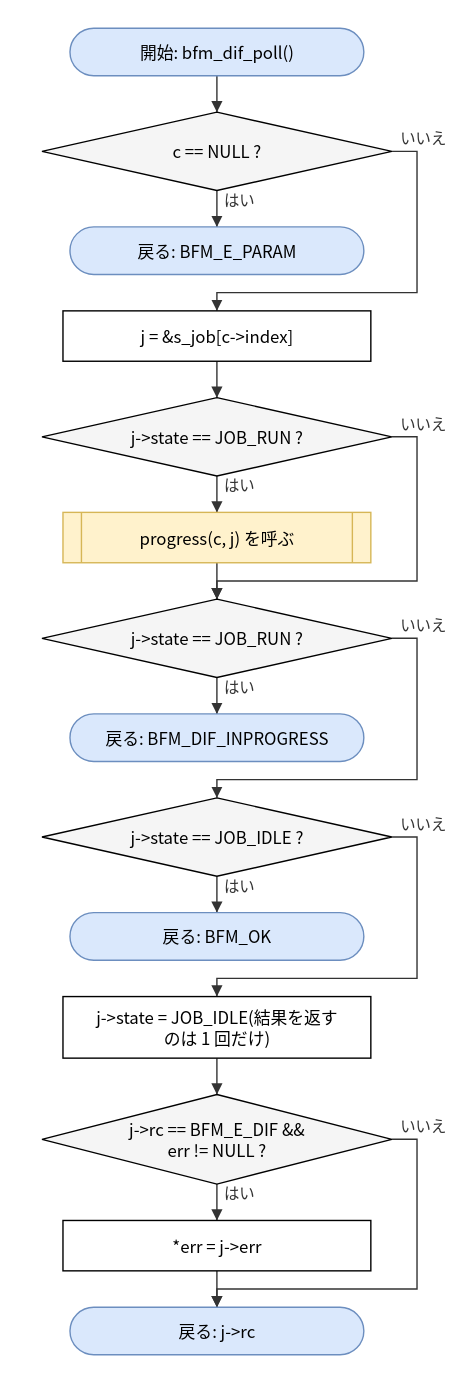
Above: doc/spec/images/flow_src_bfm_dif-bfm_dif_poll.drawio.svg in hf355051012-ai/bfmem (draw.io), before the change. Source tidied: cells renumbered, new cells last; positions are measured from the earlier drawing's top-left corner, leaving out a move shared by most shapes.
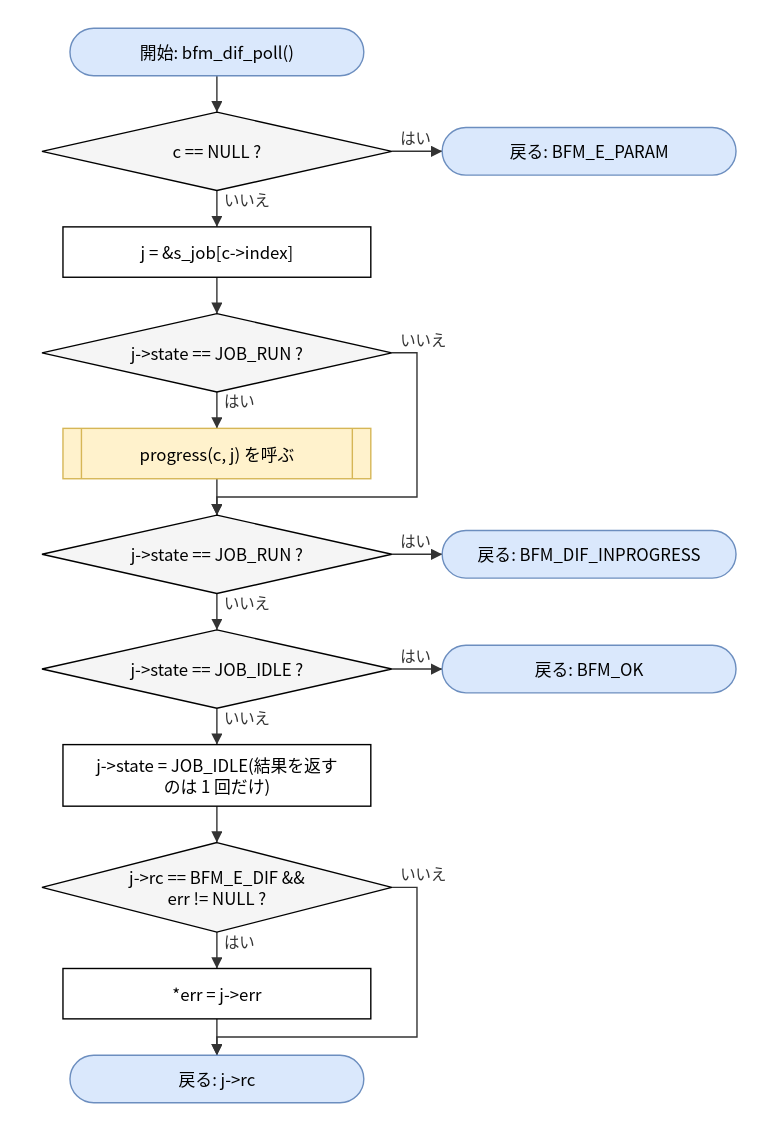
Later version of the same file.

Change to the diagram source:
```diff
@@ -9,55 +9,49 @@
       <mxGeometry y="60" width="250" height="56" as="geometry" />
     </mxCell>
     <mxCell id="4" value="戻る: BFM_E_PARAM" style="rounded=1;arcSize=50;whiteSpace=wrap;html=1;fillColor=#dae8fc;strokeColor=#6c8ebf;" parent="1" vertex="1">
-      <mxGeometry x="20" y="142" width="210" height="34" as="geometry" />
+      <mxGeometry x="286" y="71" width="210" height="34" as="geometry" />
     </mxCell>
     <mxCell id="5" value="j = &amp;amp;s_job[c-&amp;gt;index]" style="rounded=0;whiteSpace=wrap;html=1;" parent="1" vertex="1">
-      <mxGeometry x="15" y="202" width="220" height="36" as="geometry" />
+      <mxGeometry x="15" y="142" width="220" height="36" as="geometry" />
     </mxCell>
     <mxCell id="6" value="j-&amp;gt;state == JOB_RUN ?" style="rhombus;whiteSpace=wrap;html=1;fillColor=#f5f5f5;" parent="1" vertex="1">
-      <mxGeometry y="264" width="250" height="56" as="geometry" />
+      <mxGeometry y="204" width="250" height="56" as="geometry" />
     </mxCell>
     <mxCell id="7" value="progress(c, j) を呼ぶ" style="shape=process;whiteSpace=wrap;html=1;backgroundOutline=1;size=0.06;fillColor=#fff2cc;strokeColor=#d6b656;" parent="1" vertex="1">
-      <mxGeometry x="15" y="346" width="220" height="36" as="geometry" />
+      <mxGeometry x="15" y="286" width="220" height="36" as="geometry" />
     </mxCell>
     <mxCell id="8" value="j-&amp;gt;state == JOB_RUN ?" style="rhombus;whiteSpace=wrap;html=1;fillColor=#f5f5f5;" parent="1" vertex="1">
-      <mxGeometry y="408" width="250" height="56" as="geometry" />
+      <mxGeometry y="348" width="250" height="56" as="geometry" />
     </mxCell>
     <mxCell id="9" value="戻る: BFM_DIF_INPROGRESS" style="rounded=1;arcSize=50;whiteSpace=wrap;html=1;fillColor=#dae8fc;strokeColor=#6c8ebf;" parent="1" vertex="1">
-      <mxGeometry x="20" y="490" width="210" height="34" as="geometry" />
+      <mxGeometry x="286" y="359" width="210" height="34" as="geometry" />
     </mxCell>
     <mxCell id="10" value="j-&amp;gt;state == JOB_IDLE ?" style="rhombus;whiteSpace=wrap;html=1;fillColor=#f5f5f5;" parent="1" vertex="1">
-      <mxGeometry y="550" width="250" height="56" as="geometry" />
+      <mxGeometry y="430" width="250" height="56" as="geometry" />
     </mxCell>
     <mxCell id="11" value="戻る: BFM_OK" style="rounded=1;arcSize=50;whiteSpace=wrap;html=1;fillColor=#dae8fc;strokeColor=#6c8ebf;" parent="1" vertex="1">
-      <mxGeometry x="20" y="632" width="210" height="34" as="geometry" />
+      <mxGeometry x="286" y="441" width="210" height="34" as="geometry" />
     </mxCell>
     <mxCell id="12" value="j-&amp;gt;state = JOB_IDLE(結果を返す&lt;br&gt;のは 1 回だけ)" style="rounded=0;whiteSpace=wrap;html=1;" parent="1" vertex="1">
-      <mxGeometry x="15" y="692" width="220" height="44" as="geometry" />
+      <mxGeometry x="15" y="512" width="220" height="44" as="geometry" />
     </mxCell>
     <mxCell id="13" value="j-&amp;gt;rc == BFM_E_DIF &amp;amp;&amp;amp;&lt;br&gt;err != NULL ?" style="rhombus;whiteSpace=wrap;html=1;fillColor=#f5f5f5;" parent="1" vertex="1">
-      <mxGeometry y="762" width="250" height="64" as="geometry" />
+      <mxGeometry y="582" width="250" height="64" as="geometry" />
     </mxCell>
     <mxCell id="14" value="*err = j-&amp;gt;err" style="rounded=0;whiteSpace=wrap;html=1;" parent="1" vertex="1">
-      <mxGeometry x="15" y="852" width="220" height="36" as="geometry" />
+      <mxGeometry x="15" y="672" width="220" height="36" as="geometry" />
     </mxCell>
     <mxCell id="15" value="戻る: j-&amp;gt;rc" style="rounded=1;arcSize=50;whiteSpace=wrap;html=1;fillColor=#dae8fc;strokeColor=#6c8ebf;" parent="1" vertex="1">
-      <mxGeometry x="20" y="914" width="210" height="34" as="geometry" />
+      <mxGeometry x="20" y="734" width="210" height="34" as="geometry" />
     </mxCell>
     <mxCell id="16" style="edgeStyle=none;html=1;rounded=0;endArrow=block;endFill=1;exitX=0.5000;exitY=1.0000;exitDx=0;exitDy=0;exitPerimeter=0;entryX=0.5000;entryY=0.0000;entryDx=0;entryDy=0;entryPerimeter=0;" parent="1" edge="1" source="2" target="3">
       <mxGeometry relative="1" as="geometry" />
     </mxCell>
-    <mxCell id="17" value="はい" style="edgeStyle=none;html=1;rounded=0;endArrow=block;endFill=1;exitX=0.5000;exitY=1.0000;exitDx=0;exitDy=0;exitPerimeter=0;entryX=0.5000;entryY=0.0000;entryDx=0;entryDy=0;entryPerimeter=0;" parent="1" edge="1" source="3" target="4">
+    <mxCell id="17" value="はい" style="edgeStyle=none;html=1;rounded=0;endArrow=block;endFill=1;exitX=1.0000;exitY=0.5000;exitDx=0;exitDy=0;exitPerimeter=0;entryX=0.0000;entryY=0.5000;entryDx=0;entryDy=0;entryPerimeter=0;" parent="1" edge="1" source="3" target="4">
       <mxGeometry relative="1" as="geometry" />
     </mxCell>
-    <mxCell id="18" value="いいえ" style="edgeStyle=none;html=1;rounded=0;endArrow=block;endFill=1;exitX=1.0000;exitY=0.5000;exitDx=0;exitDy=0;exitPerimeter=0;entryX=0.5000;entryY=0.0000;entryDx=0;entryDy=0;entryPerimeter=0;" parent="1" edge="1" source="3" target="5">
-      <mxGeometry relative="1" as="geometry">
-        <Array as="points">
-          <mxPoint x="268" y="88" />
-          <mxPoint x="268" y="189" />
-          <mxPoint x="125" y="189" />
-        </Array>
-      </mxGeometry>
+    <mxCell id="18" value="いいえ" style="edgeStyle=none;html=1;rounded=0;endArrow=block;endFill=1;exitX=0.5000;exitY=1.0000;exitDx=0;exitDy=0;exitPerimeter=0;entryX=0.5000;entryY=0.0000;entryDx=0;entryDy=0;entryPerimeter=0;" parent="1" edge="1" source="3" target="5">
+      <mxGeometry relative="1" as="geometry" />
     </mxCell>
     <mxCell id="19" style="edgeStyle=none;html=1;rounded=0;endArrow=block;endFill=1;exitX=0.5000;exitY=1.0000;exitDx=0;exitDy=0;exitPerimeter=0;entryX=0.5000;entryY=0.0000;entryDx=0;entryDy=0;entryPerimeter=0;" parent="1" edge="1" source="5" target="6">
       <mxGeometry relative="1" as="geometry" />
@@ -71,35 +65,23 @@
     <mxCell id="22" value="いいえ" style="edgeStyle=none;html=1;rounded=0;endArrow=block;endFill=1;exitX=1.0000;exitY=0.5000;exitDx=0;exitDy=0;exitPerimeter=0;entryX=0.5000;entryY=0.0000;entryDx=0;entryDy=0;entryPerimeter=0;" parent="1" edge="1" source="6" target="8">
       <mxGeometry relative="1" as="geometry">
         <Array as="points">
-          <mxPoint x="268" y="292" />
-          <mxPoint x="268" y="395" />
-          <mxPoint x="125" y="395" />
+          <mxPoint x="268" y="232" />
+          <mxPoint x="268" y="335" />
+          <mxPoint x="125" y="335" />
         </Array>
       </mxGeometry>
     </mxCell>
-    <mxCell id="23" value="はい" style="edgeStyle=none;html=1;rounded=0;endArrow=block;endFill=1;exitX=0.5000;exitY=1.0000;exitDx=0;exitDy=0;exitPerimeter=0;entryX=0.5000;entryY=0.0000;entryDx=0;entryDy=0;entryPerimeter=0;" parent="1" edge="1" source="8" target="9">
+    <mxCell id="23" value="はい" style="edgeStyle=none;html=1;rounded=0;endArrow=block;endFill=1;exitX=1.0000;exitY=0.5000;exitDx=0;exitDy=0;exitPerimeter=0;entryX=0.0000;entryY=0.5000;entryDx=0;entryDy=0;entryPerimeter=0;" parent="1" edge="1" source="8" target="9">
       <mxGeometry relative="1" as="geometry" />
     </mxCell>
-    <mxCell id="24" value="いいえ" style="edgeStyle=none;html=1;rounded=0;endArrow=block;endFill=1;exitX=1.0000;exitY=0.5000;exitDx=0;exitDy=0;exitPerimeter=0;entryX=0.5000;entryY=0.0000;entryDx=0;entryDy=0;entryPerimeter=0;" parent="1" edge="1" source="8" target="10">
-      <mxGeometry relative="1" as="geometry">
-        <Array as="points">
-          <mxPoint x="268" y="436" />
-          <mxPoint x="268" y="537" />
-          <mxPoint x="125" y="537" />
-        </Array>
-      </mxGeometry>
+    <mxCell id="24" value="いいえ" style="edgeStyle=none;html=1;rounded=0;endArrow=block;endFill=1;exitX=0.5000;exitY=1.0000;exitDx=0;exitDy=0;exitPerimeter=0;entryX=0.5000;entryY=0.0000;entryDx=0;entryDy=0;entryPerimeter=0;" parent="1" edge="1" source="8" target="10">
+      <mxGeometry relative="1" as="geometry" />
     </mxCell>
-    <mxCell id="25" value="はい" style="edgeStyle=none;html=1;rounded=0;endArrow=block;endFill=1;exitX=0.5000;exitY=1.0000;exitDx=0;exitDy=0;exitPerimeter=0;entryX=0.5000;entryY=0.0000;entryDx=0;entryDy=0;entryPerimeter=0;" parent="1" edge="1" source="10" target="11">
+    <mxCell id="25" value="はい" style="edgeStyle=none;html=1;rounded=0;endArrow=block;endFill=1;exitX=1.0000;exitY=0.5000;exitDx=0;exitDy=0;exitPerimeter=0;entryX=0.0000;entryY=0.5000;entryDx=0;entryDy=0;entryPerimeter=0;" parent="1" edge="1" source="10" target="11">
       <mxGeometry relative="1" as="geometry" />
     </mxCell>
-    <mxCell id="26" value="いいえ" style="edgeStyle=none;html=1;rounded=0;endArrow=block;endFill=1;exitX=1.0000;exitY=0.5000;exitDx=0;exitDy=0;exitPerimeter=0;entryX=0.5000;entryY=0.0000;entryDx=0;entryDy=0;entryPerimeter=0;" parent="1" edge="1" source="10" target="12">
-      <mxGeometry relative="1" as="geometry">
-        <Array as="points">
-          <mxPoint x="268" y="578" />
-          <mxPoint x="268" y="679" />
-          <mxPoint x="125" y="679" />
-        </Array>
-      </mxGeometry>
+    <mxCell id="26" value="いいえ" style="edgeStyle=none;html=1;rounded=0;endArrow=block;endFill=1;exitX=0.5000;exitY=1.0000;exitDx=0;exitDy=0;exitPerimeter=0;entryX=0.5000;entryY=0.0000;entryDx=0;entryDy=0;entryPerimeter=0;" parent="1" edge="1" source="10" target="12">
+      <mxGeometry relative="1" as="geometry" />
     </mxCell>
     <mxCell id="27" style="edgeStyle=none;html=1;rounded=0;endArrow=block;endFill=1;exitX=0.5000;exitY=1.0000;exitDx=0;exitDy=0;exitPerimeter=0;entryX=0.5000;entryY=0.0000;entryDx=0;entryDy=0;entryPerimeter=0;" parent="1" edge="1" source="12" target="13">
       <mxGeometry relative="1" as="geometry" />
@@ -113,9 +95,9 @@
     <mxCell id="30" value="いいえ" style="edgeStyle=none;html=1;rounded=0;endArrow=block;endFill=1;exitX=1.0000;exitY=0.5000;exitDx=0;exitDy=0;exitPerimeter=0;entryX=0.5000;entryY=0.0000;entryDx=0;entryDy=0;entryPerimeter=0;" parent="1" edge="1" source="13" target="15">
       <mxGeometry relative="1" as="geometry">
         <Array as="points">
-          <mxPoint x="268" y="794" />
-          <mxPoint x="268" y="901" />
-          <mxPoint x="125" y="901" />
+          <mxPoint x="268" y="614" />
+          <mxPoint x="268" y="721" />
+          <mxPoint x="125" y="721" />
         </Array>
       </mxGeometry>
     </mxCell>
```
